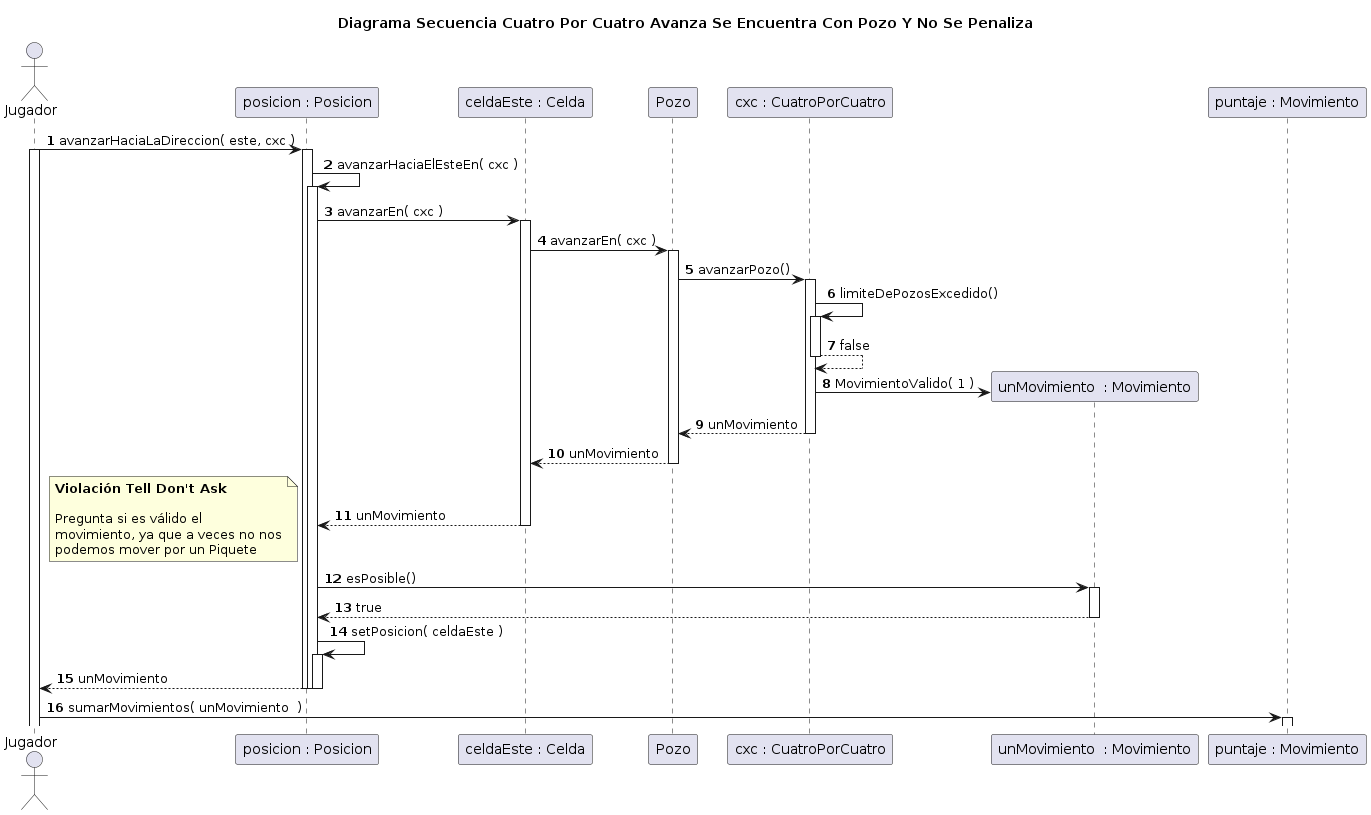
The PlantUML diagram diagrams/borradores/v2/img/DiagramaSecuenciaCasoConPozoEnCuatroPorCuatro.png in rodrigovzq/algo3_tp2, before a commit. Source of this version:
```plantuml
@startuml
title Diagrama Secuencia Cuatro Por Cuatro Avanza Se Encuentra Con Pozo Y No Se Penaliza

autonumber

actor Jugador

Jugador -> "posicion : Posicion"++: avanzarHaciaLaDireccion( este, cxc )

activate Jugador
"posicion : Posicion" -> "posicion : Posicion"++: avanzarHaciaElEsteEn( cxc )

"posicion : Posicion" -> "celdaEste : Celda"++: avanzarEn( cxc )

"celdaEste : Celda" -> Pozo++: avanzarEn( cxc )
Pozo -> "cxc : CuatroPorCuatro"++: avanzarPozo()
"cxc : CuatroPorCuatro" -> "cxc : CuatroPorCuatro"++: limiteDePozosExcedido()
"cxc : CuatroPorCuatro" --> "cxc : CuatroPorCuatro"--: false
create "unMovimiento  : Movimiento"
"cxc : CuatroPorCuatro" -> "unMovimiento  : Movimiento": MovimientoValido( 1 )
"cxc : CuatroPorCuatro" --> Pozo: unMovimiento
deactivate "cxc : CuatroPorCuatro"
Pozo --> "celdaEste : Celda": unMovimiento
deactivate Pozo
"celdaEste : Celda" --> "posicion : Posicion": unMovimiento
deactivate "celdaEste : Celda"

note left
**Violación Tell Don't Ask**

Pregunta si es válido el
movimiento, ya que a veces no nos
podemos mover por un Piquete
end note

"unMovimiento  : Movimiento" <- "posicion : Posicion"++: esPosible()
"unMovimiento  : Movimiento" --> "posicion : Posicion": true
deactivate "unMovimiento  : Movimiento"
"posicion : Posicion" -> "posicion : Posicion"++: setPosicion( celdaEste )


"posicion : Posicion" --> Jugador--: unMovimiento
deactivate "posicion : Posicion"
deactivate "posicion : Posicion"

Jugador -> "puntaje : Movimiento"++: sumarMovimientos( unMovimiento  )

@enduml
```
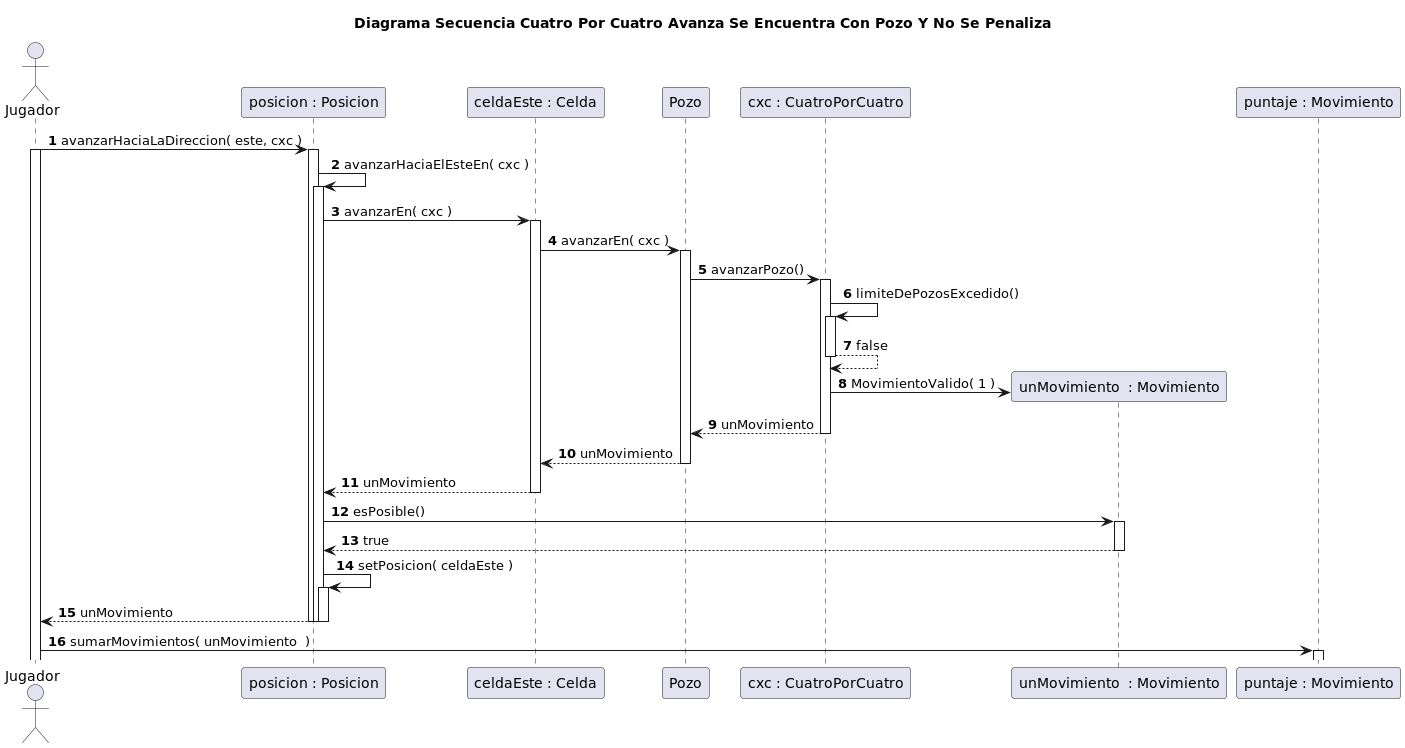
After the commit.

What changed in the source:
```diff
@@ -25,13 +25,6 @@
 "celdaEste : Celda" --> "posicion : Posicion": unMovimiento
 deactivate "celdaEste : Celda"
 
-note left
-**Violación Tell Don't Ask**
-
-Pregunta si es válido el
-movimiento, ya que a veces no nos
-podemos mover por un Piquete
-end note
 
 "unMovimiento  : Movimiento" <- "posicion : Posicion"++: esPosible()
 "unMovimiento  : Movimiento" --> "posicion : Posicion": true
```
